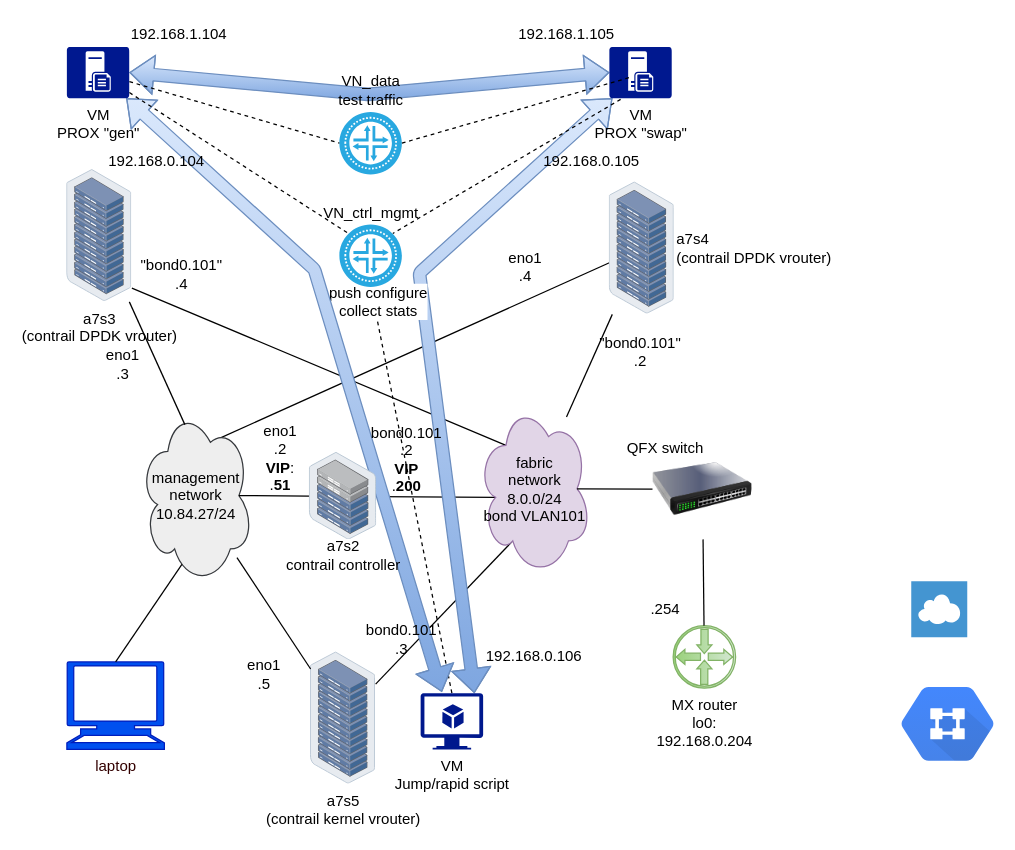
Earlier version of the draw.io diagram diagrams/ch6/testbed-topo.drawio (pinggit/dpdk-contrail-book). Source tidied: cells renumbered, new cells numbered last; positions are measured from the earlier drawing's top-left corner, leaving out a move shared by most shapes. Both pictures are drawn from the tidied source at 125%, with x=0, y=0 at pixel (66, 21).
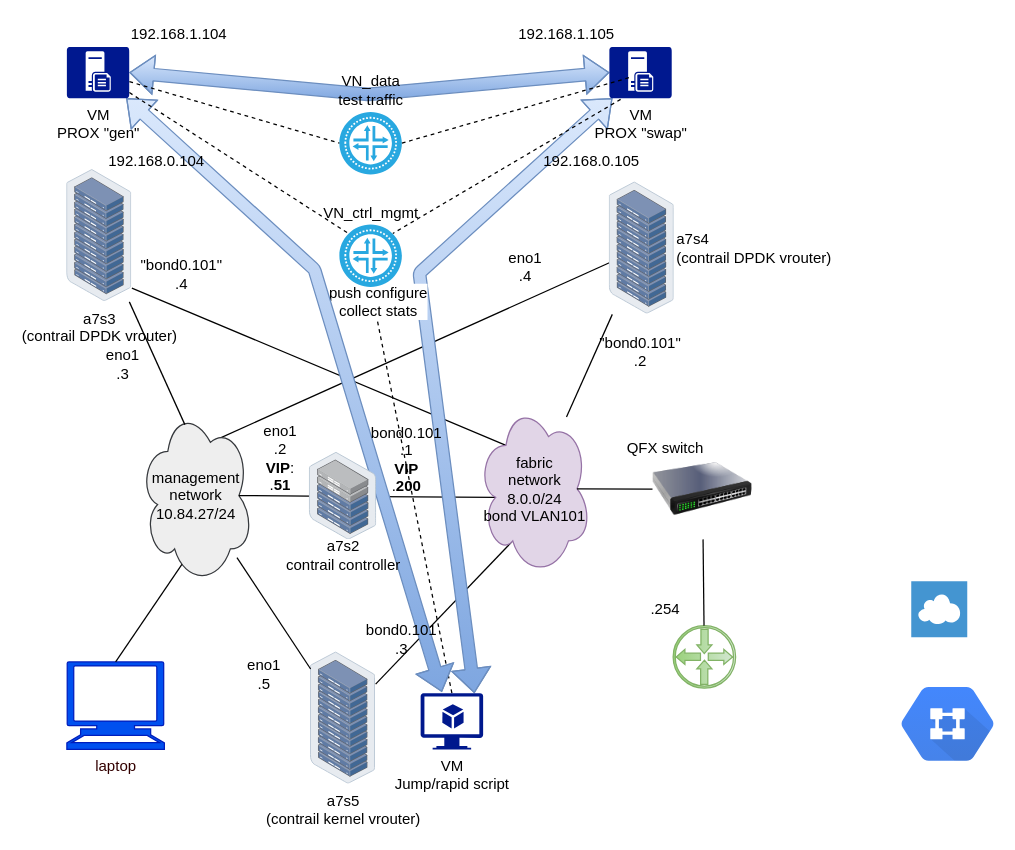
After the change.

The edit, as a diff of the source:
```diff
@@
-    <mxCell id="10" value="MX router&lt;br&gt;lo0:&lt;br&gt;192.168.0.204&lt;br&gt;" style="shadow=0;dashed=0;html=1;strokeColor=#82b366;fillColor=#d5e8d4;labelPosition=center;verticalLabelPosition=bottom;verticalAlign=top;align=center;outlineConnect=0;shape=mxgraph.vvd.physical_upstream_router;direction=south;gradientColor=#97d077;" parent="1" vertex="1">
+    <mxCell id="10" style="shadow=0;dashed=0;html=1;strokeColor=#82b366;fillColor=#d5e8d4;labelPosition=center;verticalLabelPosition=bottom;verticalAlign=top;align=center;outlineConnect=0;shape=mxgraph.vvd.physical_upstream_router;direction=south;gradientColor=#97d077;" parent="1" vertex="1">
       <mxGeometry x="485" y="483" width="50" height="50" as="geometry" />
     </mxCell>
@@
-    <mxCell id="44" value="192.168.0.106" style="text;html=1;strokeColor=none;fillColor=none;align=center;verticalAlign=middle;whiteSpace=wrap;rounded=0;" parent="1" vertex="1">
-      <mxGeometry x="354" y="498" width="40" height="20" as="geometry" />
-    </mxCell>
@@
-    <mxCell id="53" value="bond0.101&lt;br&gt;.2&lt;br&gt;&lt;b&gt;VIP&lt;/b&gt;&lt;br&gt;.&lt;b&gt;200&lt;/b&gt;" style="text;html=1;strokeColor=none;fillColor=none;align=center;verticalAlign=middle;whiteSpace=wrap;rounded=0;" parent="1" vertex="1">
+    <mxCell id="53" value="bond0.101&lt;br&gt;.1&lt;br&gt;&lt;b&gt;VIP&lt;/b&gt;&lt;br&gt;.&lt;b&gt;200&lt;/b&gt;" style="text;html=1;strokeColor=none;fillColor=none;align=center;verticalAlign=middle;whiteSpace=wrap;rounded=0;" parent="1" vertex="1">
       <mxGeometry x="252" y="339.5" width="40" height="20" as="geometry" />
     </mxCell>
```
